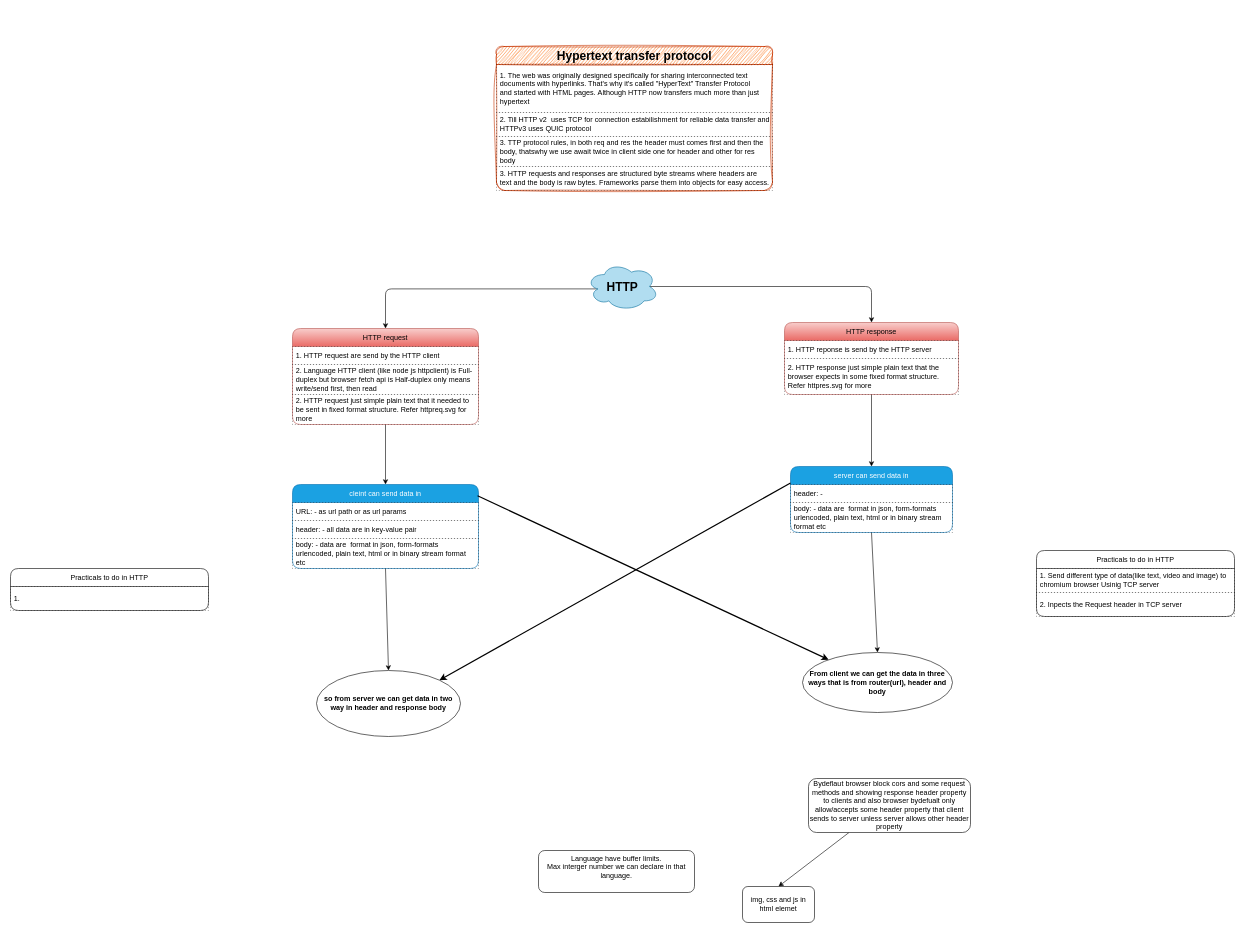
Above: computer-networking/protocols/hypertext-transfer-protocol/http.dio in knkrn5/Programming-Concepts (draw.io), before the change. Source tidied: cells renumbered, new cells numbered last; positions are measured from the earlier drawing's top-left corner, leaving out a move shared by most shapes. Both pictures are drawn from the tidied source at 60%, with x=0, y=0 at pixel (10, 46).
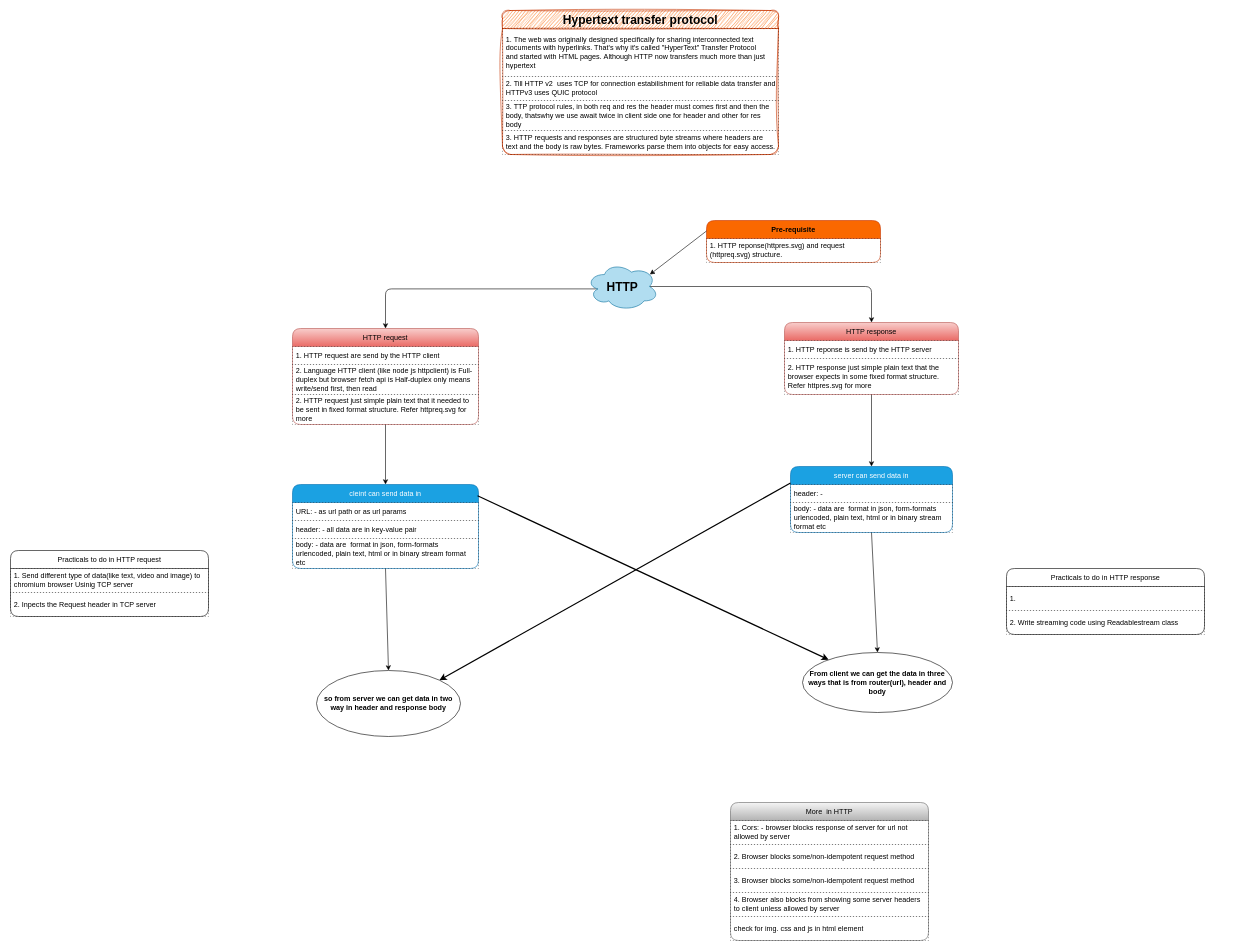
After the change.

Commit message (it also covers changes not shown here):
Refactor code structure for improved readability and maintainability

The change refers to these unchanged cells:
```xml
<mxCell id="4" value="&lt;b&gt;&lt;font style=&quot;font-size: 20px;&quot;&gt;HTTP&lt;/font&gt;&lt;/b&gt;" style="ellipse;shape=cloud;whiteSpace=wrap;html=1;fillColor=#b1ddf0;strokeColor=#10739e;" parent="1" vertex="1">
  <mxGeometry x="960" y="360" width="120" height="80" as="geometry" />
</mxCell>
```

What changed in the source:
```diff
@@
     <mxCell id="5" value="&lt;b&gt;&lt;font style=&quot;font-size: 20px;&quot;&gt;Hypertext transfer protocol&lt;/font&gt;&lt;/b&gt;" style="swimlane;fontStyle=0;horizontal=1;startSize=30;whiteSpace=wrap;html=1;rounded=1;fillColor=#fa6800;fontColor=#000000;strokeColor=#C73500;sketch=1;curveFitting=1;jiggle=2;" parent="1" vertex="1">
-      <mxGeometry x="810" width="460" height="240" as="geometry" />
+      <mxGeometry x="820" y="-60" width="460" height="240" as="geometry" />
     </mxCell>
@@
-    <mxCell id="21" value="Practicals to do in HTTP" style="swimlane;fontStyle=0;horizontal=1;startSize=30;whiteSpace=wrap;html=1;rounded=1;fillColor=light-dark(#FFFFFF,#CC0000);" parent="1" vertex="1">
-      <mxGeometry x="1710" y="840" width="330" height="110" as="geometry" />
+    <mxCell id="21" value="Practicals to do in HTTP request" style="swimlane;fontStyle=0;horizontal=1;startSize=30;whiteSpace=wrap;html=1;rounded=1;fillColor=light-dark(#FFFFFF,#CC0000);" parent="1" vertex="1">
+      <mxGeometry y="840" width="330" height="110" as="geometry" />
     </mxCell>
@@
+    <mxCell id="41" value="More&amp;nbsp; in HTTP" style="swimlane;fontStyle=0;horizontal=1;startSize=30;whiteSpace=wrap;html=1;rounded=1;fillColor=#f5f5f5;gradientColor=#b3b3b3;strokeColor=#666666;" parent="1" vertex="1">
+      <mxGeometry x="1200" y="1260" width="330" height="230" as="geometry" />
+    </mxCell>
+    <mxCell id="42" value="1. Cors: - browser blocks response of server for url not allowed by server" style="text;strokeColor=default;fillColor=none;align=left;verticalAlign=middle;spacingLeft=4;spacingRight=4;overflow=hidden;whiteSpace=wrap;html=1;dashed=1;dashPattern=1 4;" parent="41" vertex="1">
+      <mxGeometry y="30" width="330" height="40" as="geometry" />
+    </mxCell>
+    <mxCell id="43" value="2. Browser blocks some/non-idempotent request method" style="text;strokeColor=default;fillColor=none;align=left;verticalAlign=middle;spacingLeft=4;spacingRight=4;overflow=hidden;whiteSpace=wrap;html=1;dashed=1;dashPattern=1 4;" parent="41" vertex="1">
+      <mxGeometry y="70" width="330" height="40" as="geometry" />
+    </mxCell>
+    <mxCell id="44" value="3. Browser blocks some/non-idempotent request method" style="text;strokeColor=default;fillColor=none;align=left;verticalAlign=middle;spacingLeft=4;spacingRight=4;overflow=hidden;whiteSpace=wrap;html=1;dashed=1;dashPattern=1 4;" parent="41" vertex="1">
+      <mxGeometry y="110" width="330" height="40" as="geometry" />
+    </mxCell>
+    <mxCell id="45" value="4. Browser also blocks from showing some server headers to client unless allowed by server" style="text;strokeColor=default;fillColor=none;align=left;verticalAlign=middle;spacingLeft=4;spacingRight=4;overflow=hidden;whiteSpace=wrap;html=1;dashed=1;dashPattern=1 4;" parent="41" vertex="1">
+      <mxGeometry y="150" width="330" height="40" as="geometry" />
+    </mxCell>
+    <mxCell id="46" value="check for img. css and js in html element" style="text;strokeColor=default;fillColor=none;align=left;verticalAlign=middle;spacingLeft=4;spacingRight=4;overflow=hidden;whiteSpace=wrap;html=1;dashed=1;dashPattern=1 4;" parent="41" vertex="1">
+      <mxGeometry y="190" width="330" height="40" as="geometry" />
+    </mxCell>
-    <mxCell id="24" value="Practicals to do in HTTP" style="swimlane;fontStyle=0;horizontal=1;startSize=30;whiteSpace=wrap;html=1;rounded=1;fillColor=light-dark(#FFFFFF,#CC0000);" parent="1" vertex="1">
-      <mxGeometry y="870" width="330" height="70" as="geometry" />
+    <mxCell id="24" value="Practicals to do in HTTP response" style="swimlane;fontStyle=0;horizontal=1;startSize=30;whiteSpace=wrap;html=1;rounded=1;fillColor=light-dark(#FFFFFF,#CC0000);" parent="1" vertex="1">
+      <mxGeometry x="1660" y="870" width="330" height="110" as="geometry" />
     </mxCell>
@@
+    <mxCell id="47" value="2. Write streaming code using Readablestream class" style="text;strokeColor=default;fillColor=none;align=left;verticalAlign=middle;spacingLeft=4;spacingRight=4;overflow=hidden;whiteSpace=wrap;html=1;dashed=1;dashPattern=1 4;" parent="24" vertex="1">
+      <mxGeometry y="70" width="330" height="40" as="geometry" />
+    </mxCell>
@@
-    <mxCell id="33" value="Language have buffer limits.&lt;div&gt;Max interger number we can declare in that language.&lt;/div&gt;&lt;div&gt;&lt;br&gt;&lt;/div&gt;" style="rounded=1;whiteSpace=wrap;html=1;" parent="1" vertex="1">
-      <mxGeometry x="880" y="1340" width="260" height="70" as="geometry" />
-    </mxCell>
-    <mxCell id="34" style="edgeStyle=none;html=1;exitX=0.25;exitY=1;exitDx=0;exitDy=0;entryX=0.5;entryY=0;entryDx=0;entryDy=0;" parent="1" edge="1" source="35" target="36">
-      <mxGeometry relative="1" as="geometry" />
-    </mxCell>
-    <mxCell id="35" value="Bydeflaut browser block cors and some request methods and showing response header property to clients and also browser bydefualt only allow/accepts some&lt;span&gt;&amp;nbsp;header property that client sends to&lt;/span&gt;&amp;nbsp;server unless server allows other header property" style="rounded=1;whiteSpace=wrap;html=1;" parent="1" vertex="1">
-      <mxGeometry x="1330" y="1220" width="270" height="90" as="geometry" />
-    </mxCell>
-    <mxCell id="36" value="img, css and js in html elemet" style="rounded=1;whiteSpace=wrap;html=1;" parent="1" vertex="1">
-      <mxGeometry x="1220" y="1400" width="120" height="60" as="geometry" />
-    </mxCell>
+    <mxCell id="48" value="&lt;b style=&quot;&quot;&gt;&lt;font style=&quot;color: light-dark(rgb(0, 0, 0), rgb(0, 0, 0));&quot;&gt;Pre-requisite&lt;/font&gt;&lt;/b&gt;" style="swimlane;fontStyle=0;horizontal=1;startSize=30;whiteSpace=wrap;html=1;rounded=1;fillColor=#fa6800;strokeColor=#C73500;fontColor=#000000;" parent="1" vertex="1">
+      <mxGeometry x="1160" y="290" width="290" height="70" as="geometry" />
+    </mxCell>
+    <mxCell id="49" value="1. HTTP reponse(&lt;span style=&quot;background-color: light-dark(rgb(255, 255, 255), rgb(204, 0, 204));&quot;&gt;&lt;font style=&quot;color: light-dark(rgb(0, 0, 0), rgb(0, 0, 0));&quot;&gt;httpres.svg&lt;/font&gt;&lt;/span&gt;) and request (&lt;span style=&quot;background-color: light-dark(rgb(255, 255, 255), rgb(204, 0, 204));&quot;&gt;&lt;font style=&quot;color: light-dark(rgb(0, 0, 0), rgb(0, 0, 0));&quot;&gt;httpreq.svg&lt;/font&gt;&lt;/span&gt;) structure." style="text;strokeColor=default;fillColor=none;align=left;verticalAlign=middle;spacingLeft=4;spacingRight=4;overflow=hidden;whiteSpace=wrap;html=1;dashed=1;dashPattern=1 4;" parent="48" vertex="1">
+      <mxGeometry y="30" width="290" height="40" as="geometry" />
+    </mxCell>
@@
+    <mxCell id="50" style="edgeStyle=none;html=1;exitX=0;exitY=0.25;exitDx=0;exitDy=0;entryX=0.88;entryY=0.25;entryDx=0;entryDy=0;entryPerimeter=0;flowAnimation=1;" parent="1" edge="1" source="48" target="4">
+      <mxGeometry relative="1" as="geometry" />
+    </mxCell>
```
